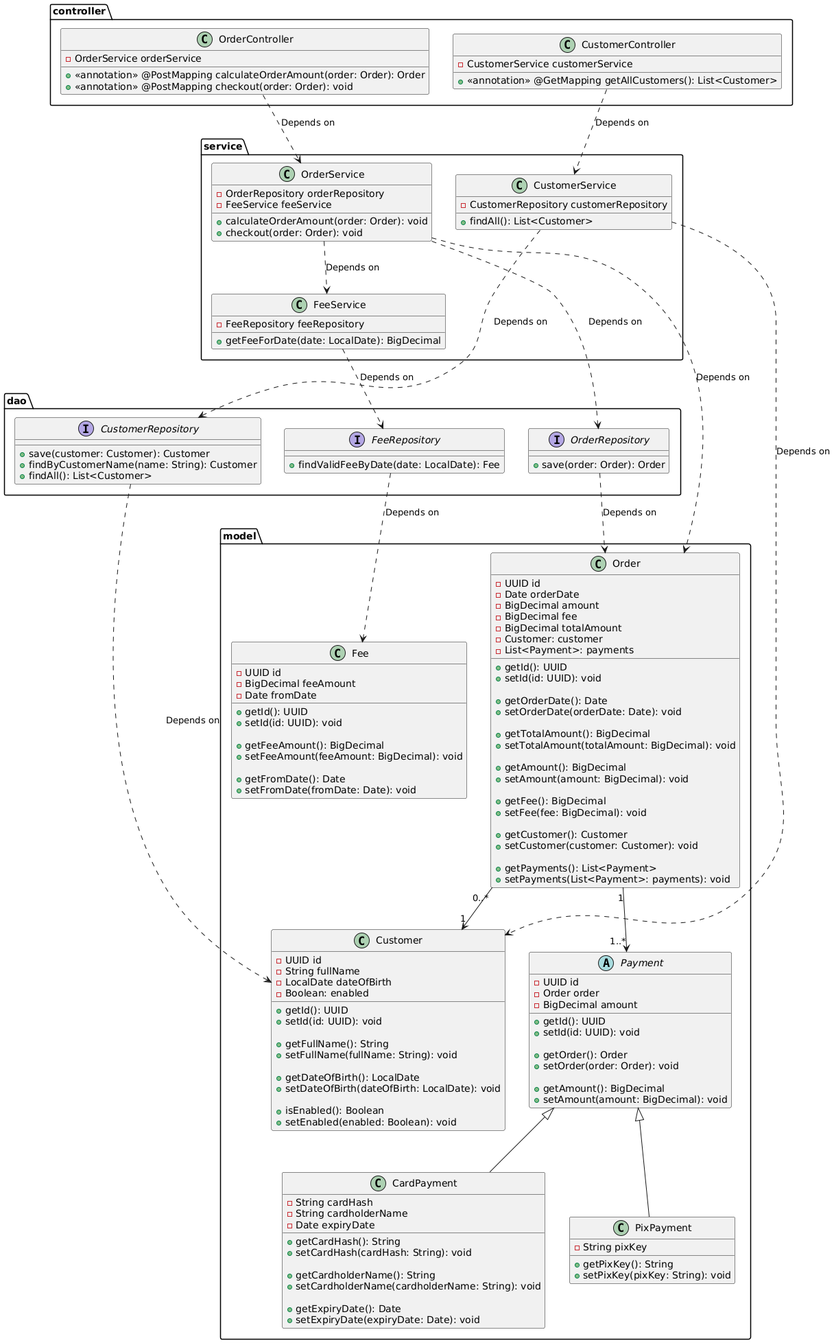
This is payment.png from dias-joaovictor/infnet-springapp, a PlantUML export, as it was before one commit.
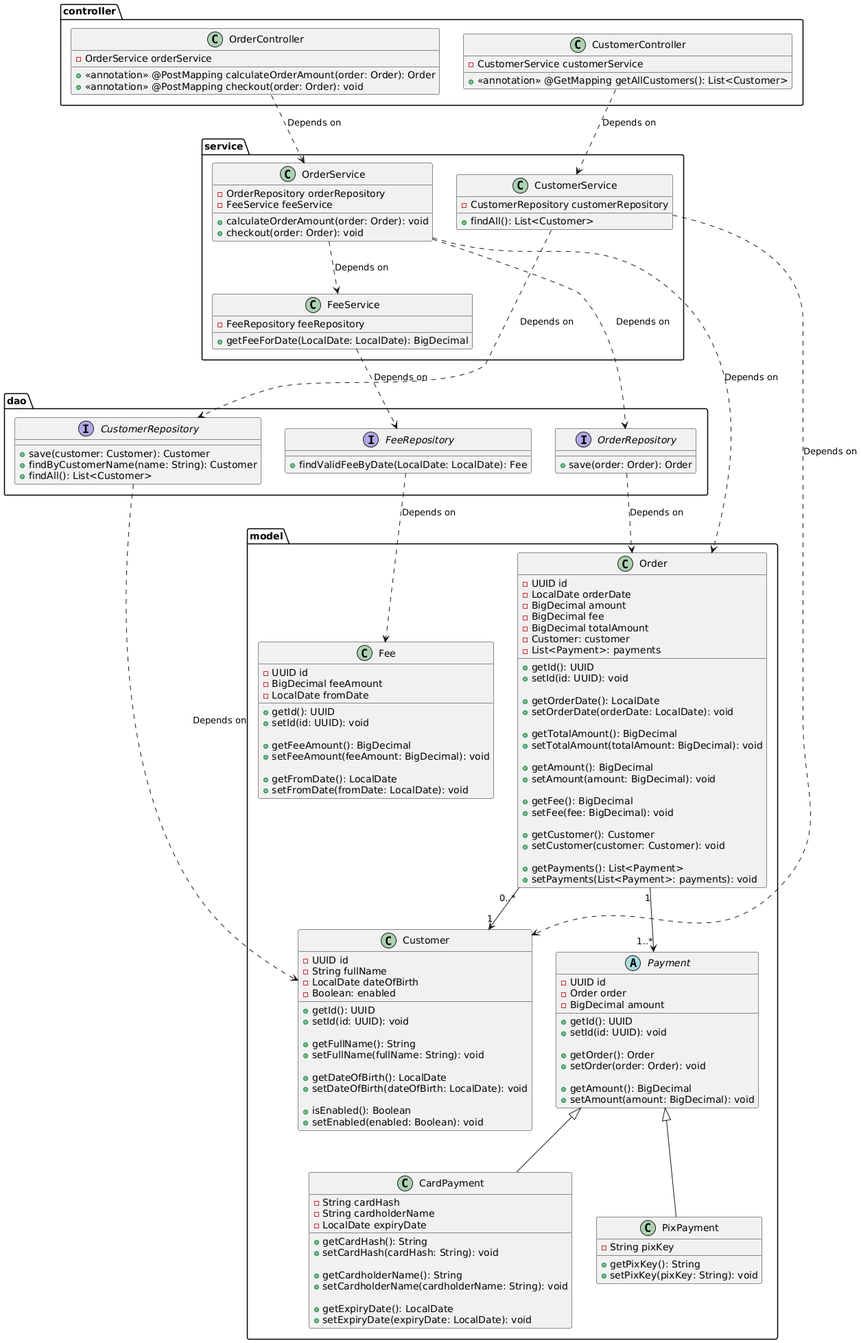
Later version of the same file.

What changed in the source:
```diff
@@ -3,7 +3,7 @@
 package model {
   class Order {
     - UUID id
-    - Date orderDate
+    - LocalDate orderDate
     - BigDecimal amount
     - BigDecimal fee
     - BigDecimal totalAmount
@@ -14,8 +14,8 @@
     + getId(): UUID
     + setId(id: UUID): void
 
-    + getOrderDate(): Date
-    + setOrderDate(orderDate: Date): void
+    + getOrderDate(): LocalDate
+    + setOrderDate(orderDate: LocalDate): void
 
     + getTotalAmount(): BigDecimal
     + setTotalAmount(totalAmount: BigDecimal): void
@@ -72,7 +72,7 @@
   class CardPayment {
     - String cardHash
     - String cardholderName
-    - Date expiryDate
+    - LocalDate expiryDate
 
 
     + getCardHash(): String
@@ -81,8 +81,8 @@
     + getCardholderName(): String
     + setCardholderName(cardholderName: String): void
 
-    + getExpiryDate(): Date
-    + setExpiryDate(expiryDate: Date): void
+    + getExpiryDate(): LocalDate
+    + setExpiryDate(expiryDate: LocalDate): void
   }
 
   class PixPayment {
@@ -95,7 +95,7 @@
   class Fee {
     - UUID id
     - BigDecimal feeAmount
-    - Date fromDate
+    - LocalDate fromDate
 
 
     + getId(): UUID
@@ -104,8 +104,8 @@
     + getFeeAmount(): BigDecimal
     + setFeeAmount(feeAmount: BigDecimal): void
 
-    + getFromDate(): Date
-    + setFromDate(fromDate: Date): void
+    + getFromDate(): LocalDate
+    + setFromDate(fromDate: LocalDate): void
   }
 
   Order "1" --> "1..*" Payment
@@ -126,7 +126,7 @@
   }
 
   interface FeeRepository {
-    + findValidFeeByDate(date: LocalDate): Fee
+    + findValidFeeByDate(LocalDate: LocalDate): Fee
   }
 
   OrderRepository ..> Order : "Depends on"
@@ -139,7 +139,7 @@
   class FeeService {
     - FeeRepository feeRepository
 
-    + getFeeForDate(date: LocalDate): BigDecimal
+    + getFeeForDate(LocalDate: LocalDate): BigDecimal
   }
 
     class CustomerService {
@@ -182,5 +182,4 @@
   CustomerController ..> CustomerService : "Depends on"
 }
 
-
 @enduml
```
